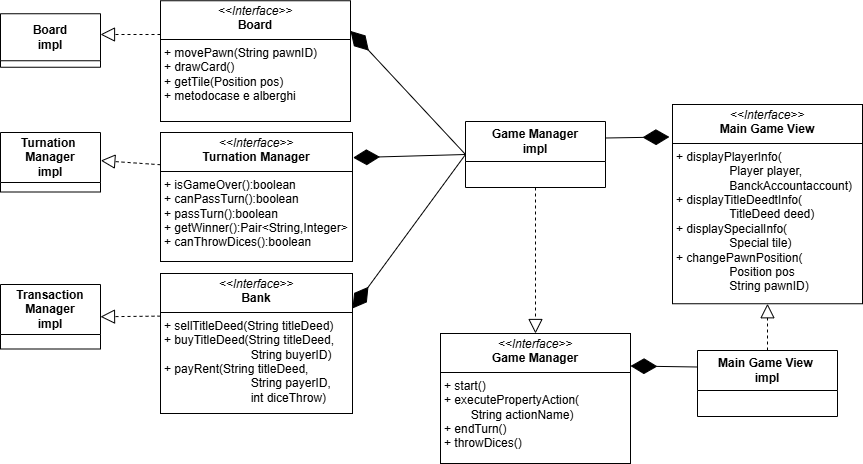
The draw.io diagram report/img/architecture.png in unibo-oop-projects/OOP24-AlessioMinnitiAlessioMinnitistudi-MartinaRavaioli-AlessioMinniti-DavideRossi-LucasPrati-mpoly, before a commit. Source tidied: cells renumbered, new cells last; positions are measured from the earlier drawing's top-left corner, leaving out a move shared by most shapes.
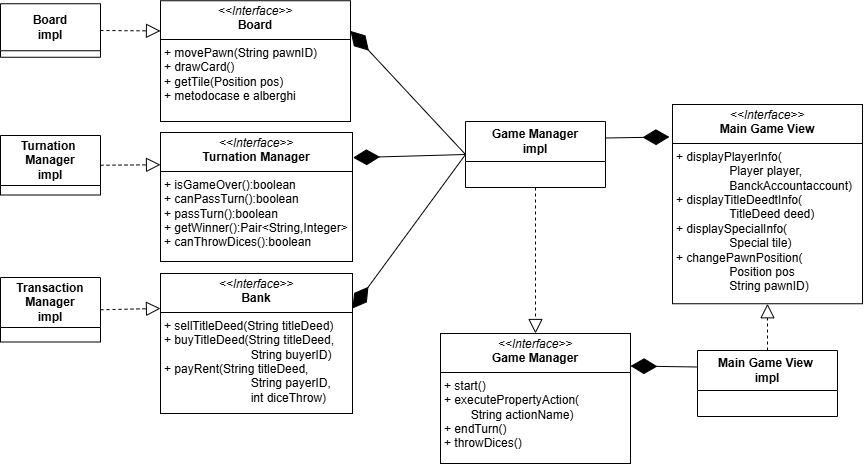
Above is the later version.

Commit message:
adding up to date architetcure diagram

Change to the diagram source:
```diff
@@ -3,10 +3,10 @@
     <mxCell id="0" />
     <mxCell id="1" parent="0" />
     <mxCell id="2" value="&lt;b&gt;Turnation&amp;nbsp;&lt;/b&gt;&lt;div&gt;&lt;b&gt;Manager&lt;/b&gt;&lt;/div&gt;&lt;div&gt;&lt;b&gt;impl&lt;/b&gt;&lt;/div&gt;" style="swimlane;fontStyle=0;horizontal=1;startSize=50;fillColor=none;whiteSpace=wrap;html=1;" parent="1" vertex="1">
-      <mxGeometry y="132" width="100" height="59.5" as="geometry" />
+      <mxGeometry y="135" width="100" height="59.5" as="geometry" />
     </mxCell>
     <mxCell id="3" value="&lt;b&gt;Board&lt;/b&gt;&lt;div&gt;&lt;b&gt;impl&lt;/b&gt;&lt;/div&gt;" style="swimlane;fontStyle=0;horizontal=1;startSize=47;fillColor=none;whiteSpace=wrap;html=1;" parent="1" vertex="1">
-      <mxGeometry y="13.2" width="100" height="53.5" as="geometry" />
+      <mxGeometry y="3.2" width="100" height="53.5" as="geometry" />
     </mxCell>
     <mxCell id="4" value="&lt;b&gt;Main Game View&amp;nbsp;&lt;/b&gt;&lt;div&gt;&lt;b&gt;impl&lt;/b&gt;&lt;/div&gt;" style="swimlane;fontStyle=0;horizontal=1;startSize=40;fillColor=none;whiteSpace=wrap;html=1;" parent="1" vertex="1">
       <mxGeometry x="697" y="350" width="140" height="66" as="geometry" />
@@ -15,7 +15,7 @@
       <mxGeometry x="465" y="121" width="140" height="66" as="geometry" />
     </mxCell>
     <mxCell id="6" value="&lt;b&gt;Transaction&lt;/b&gt;&lt;div&gt;&lt;b&gt;Manager&lt;/b&gt;&lt;/div&gt;&lt;div&gt;&lt;b&gt;impl&lt;/b&gt;&lt;/div&gt;" style="swimlane;fontStyle=0;horizontal=1;startSize=50;fillColor=none;whiteSpace=wrap;html=1;" parent="1" vertex="1">
-      <mxGeometry y="284" width="100" height="64.5" as="geometry" />
+      <mxGeometry y="277" width="100" height="64.5" as="geometry" />
     </mxCell>
     <mxCell id="7" style="endArrow=diamondThin;endFill=1;endSize=24;html=1;rounded=0;exitX=0;exitY=0.25;exitDx=0;exitDy=0;entryX=1;entryY=0.25;entryDx=0;entryDy=0;" parent="1" edge="1" source="4" target="20">
       <mxGeometry relative="1" as="geometry" />
@@ -38,19 +38,14 @@
     <mxCell id="13" style="endArrow=diamondThin;endFill=1;endSize=24;html=1;rounded=0;exitX=0;exitY=0.5;exitDx=0;exitDy=0;entryX=1.003;entryY=0.195;entryDx=0;entryDy=0;entryPerimeter=0;" parent="1" edge="1" source="5" target="18">
       <mxGeometry relative="1" as="geometry" />
     </mxCell>
-    <mxCell id="14" style="endArrow=block;dashed=1;endFill=0;endSize=12;html=1;rounded=0;exitX=0;exitY=0.25;exitDx=0;exitDy=0;entryX=1.003;entryY=0.472;entryDx=0;entryDy=0;entryPerimeter=0;" parent="1" edge="1" source="18" target="2">
+    <mxCell id="14" style="endArrow=block;dashed=1;endFill=0;endSize=12;html=1;rounded=0;exitX=1;exitY=0.5;exitDx=0;exitDy=0;entryX=0;entryY=0.25;entryDx=0;entryDy=0;" parent="1" edge="1" source="2" target="18">
       <mxGeometry relative="1" as="geometry" />
     </mxCell>
-    <mxCell id="15" style="endArrow=block;dashed=1;endFill=0;endSize=12;html=1;rounded=0;entryX=1;entryY=0.5;entryDx=0;entryDy=0;" parent="1" edge="1">
-      <mxGeometry relative="1" as="geometry">
-        <mxPoint x="190" y="34" as="sourcePoint" />
-        <mxPoint x="100" y="34" as="targetPoint" />
-      </mxGeometry>
+    <mxCell id="15" style="endArrow=block;dashed=1;endFill=0;endSize=12;html=1;rounded=0;entryX=0;entryY=0.25;entryDx=0;entryDy=0;exitX=1;exitY=0.5;exitDx=0;exitDy=0;" parent="1" edge="1" source="3" target="17">
+      <mxGeometry relative="1" as="geometry" />
     </mxCell>
-    <mxCell id="16" style="endArrow=block;dashed=1;endFill=0;endSize=12;html=1;rounded=0;exitX=0;exitY=0.5;exitDx=0;exitDy=0;entryX=1;entryY=0.5;entryDx=0;entryDy=0;" parent="1" edge="1" target="6">
-      <mxGeometry relative="1" as="geometry">
-        <mxPoint x="220" y="315" as="sourcePoint" />
-      </mxGeometry>
+    <mxCell id="16" style="endArrow=block;dashed=1;endFill=0;endSize=12;html=1;rounded=0;exitX=1;exitY=0.5;exitDx=0;exitDy=0;entryX=0;entryY=0.25;entryDx=0;entryDy=0;" parent="1" edge="1" source="6" target="19">
+      <mxGeometry relative="1" as="geometry" />
     </mxCell>
     <mxCell id="17" value="&lt;p style=&quot;margin:0px;margin-top:4px;text-align:center;&quot;&gt;&lt;i&gt;&amp;lt;&amp;lt;Interface&amp;gt;&amp;gt;&lt;/i&gt;&lt;br&gt;&lt;b&gt;Board&lt;/b&gt;&lt;/p&gt;&lt;hr size=&quot;1&quot; style=&quot;border-style:solid;&quot;&gt;&lt;p style=&quot;margin:0px;margin-left:4px;&quot;&gt;+ movePawn(String pawnID)&lt;/p&gt;&lt;p style=&quot;margin:0px;margin-left:4px;&quot;&gt;+ drawCard()&lt;/p&gt;&lt;p style=&quot;margin:0px;margin-left:4px;&quot;&gt;+ getTile(Position pos)&lt;/p&gt;&lt;p style=&quot;margin:0px;margin-left:4px;&quot;&gt;+ metodocase e alberghi&lt;/p&gt;" style="verticalAlign=top;align=left;overflow=fill;html=1;whiteSpace=wrap;" parent="1" vertex="1">
       <mxGeometry x="160" y="0.2" width="190" height="120.8" as="geometry" />
```
